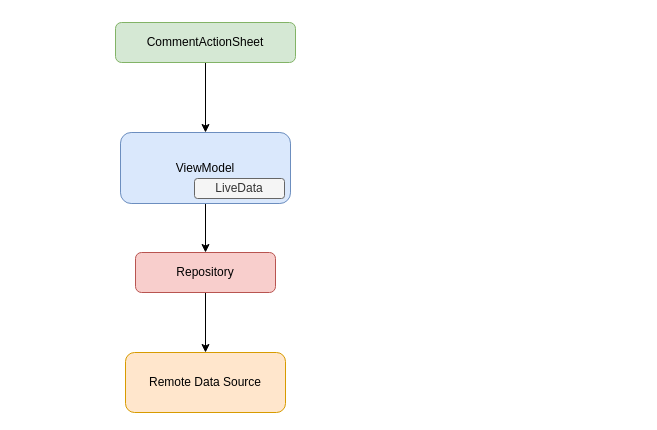
The draw.io diagram madcat.drawio in xiaopengs/Brainstorming, before the edit. Source tidied: cells renumbered, new cells numbered last; positions are measured from the earlier drawing's top-left corner, leaving out a move shared by most shapes. Both pictures are drawn from the tidied source at 100%, with x=0, y=0 at pixel (115, 22).
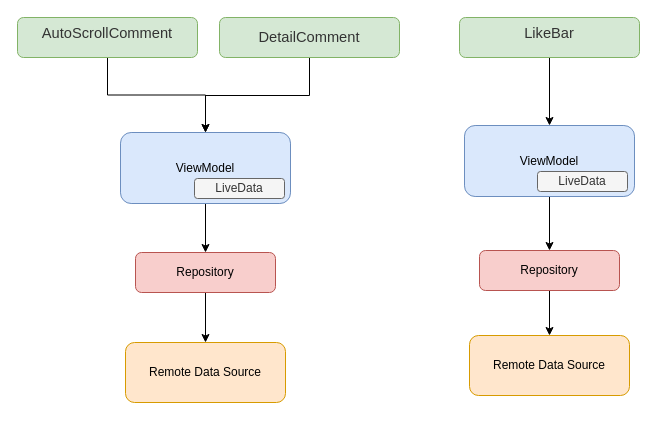
Above is the later version.

Unchanged cells that the change refers to:
```xml
<mxCell id="6" value="&lt;span&gt;ViewModel&lt;/span&gt;" style="rounded=1;whiteSpace=wrap;html=1;fillColor=#dae8fc;strokeColor=#6c8ebf;" parent="1" vertex="1">
  <mxGeometry x="5" y="110" width="170" height="71" as="geometry" />
</mxCell>
```

What changed in the source:
```diff
@@
     <mxCell id="2" value="&lt;span&gt;Remote Data Source&lt;/span&gt;" style="rounded=1;whiteSpace=wrap;html=1;fillColor=#ffe6cc;strokeColor=#d79b00;" parent="1" vertex="1">
-      <mxGeometry x="10" y="330" width="160" height="60" as="geometry" />
+      <mxGeometry x="10" y="320" width="160" height="60" as="geometry" />
     </mxCell>
@@
-    <mxCell id="9" value="CommentActionSheet" style="rounded=1;whiteSpace=wrap;html=1;fillColor=#d5e8d4;strokeColor=#82b366;" parent="1" vertex="1">
-      <mxGeometry width="180" height="40" as="geometry" />
+    <mxCell id="9" value="&lt;div&gt;&lt;div class=&quot;document&quot;&gt;&lt;p class=&quot;paragraph text-align-type-left pap-line-1 pap-line-rule-auto pap-spacing-before-0pt pap-spacing-after-6pt pap-left-indent-4em pap-hanging-indent-3.2em&quot; style=&quot;text-align: left ; line-height: 100% ; margin-top: 0px ; margin-bottom: 8px&quot;&gt;&lt;span style=&quot;font-size: 11pt ; font-family: , &amp;#34;helvetica neue&amp;#34; , &amp;#34;helvetica&amp;#34; , &amp;#34;pingfang sc&amp;#34; , &amp;#34;microsoft yahei&amp;#34; , &amp;#34;source han sans sc&amp;#34; , &amp;#34;noto sans cjk sc&amp;#34; , &amp;#34;wenquanyi micro hei&amp;#34; , sans-serif ; color: rgb(51 , 51 , 51) ; background: transparent ; letter-spacing: 0pt ; vertical-align: baseline&quot;&gt;AutoScrollComment&lt;/span&gt;&lt;/p&gt;&lt;/div&gt;&lt;/div&gt;" style="rounded=1;whiteSpace=wrap;html=1;fillColor=#d5e8d4;strokeColor=#82b366;" parent="1" vertex="1">
+      <mxGeometry x="-98" y="-5" width="180" height="40" as="geometry" />
     </mxCell>
+    <mxCell id="10" value="&lt;span&gt;Remote Data Source&lt;/span&gt;" style="rounded=1;whiteSpace=wrap;html=1;fillColor=#ffe6cc;strokeColor=#d79b00;" parent="1" vertex="1">
+      <mxGeometry x="354" y="313" width="160" height="60" as="geometry" />
+    </mxCell>
+    <mxCell id="11" style="edgeStyle=orthogonalEdgeStyle;rounded=0;jettySize=auto;html=1;exitX=0.5;exitY=1;exitDx=0;exitDy=0;" parent="1" edge="1" source="12" target="10">
+      <mxGeometry relative="1" as="geometry" />
+    </mxCell>
+    <mxCell id="12" value="Repository" style="rounded=1;whiteSpace=wrap;html=1;fillColor=#f8cecc;strokeColor=#b85450;" parent="1" vertex="1">
+      <mxGeometry x="364" y="228" width="140" height="40" as="geometry" />
+    </mxCell>
+    <mxCell id="13" style="edgeStyle=orthogonalEdgeStyle;rounded=0;jettySize=auto;html=1;exitX=0.5;exitY=1;exitDx=0;exitDy=0;" parent="1" edge="1" source="14" target="12">
+      <mxGeometry relative="1" as="geometry" />
+    </mxCell>
+    <mxCell id="14" value="&lt;span&gt;ViewModel&lt;/span&gt;" style="rounded=1;whiteSpace=wrap;html=1;fillColor=#dae8fc;strokeColor=#6c8ebf;" parent="1" vertex="1">
+      <mxGeometry x="349" y="103" width="170" height="71" as="geometry" />
+    </mxCell>
+    <mxCell id="15" value="LiveData" style="rounded=1;whiteSpace=wrap;html=1;fillColor=#f5f5f5;strokeColor=#666666;fontColor=#333333;" parent="1" vertex="1">
+      <mxGeometry x="422" y="149" width="90" height="20" as="geometry" />
+    </mxCell>
+    <mxCell id="16" style="edgeStyle=orthogonalEdgeStyle;rounded=0;jettySize=auto;html=1;" parent="1" edge="1" source="17" target="14">
+      <mxGeometry relative="1" as="geometry" />
+    </mxCell>
+    <mxCell id="17" value="&lt;div&gt;&lt;div class=&quot;document&quot;&gt;&lt;p class=&quot;paragraph text-align-type-left pap-line-1 pap-line-rule-auto pap-spacing-before-0pt pap-spacing-after-6pt pap-left-indent-4em pap-hanging-indent-3.2em&quot; style=&quot;text-align: left ; line-height: 100% ; margin-top: 0px ; margin-bottom: 8px&quot;&gt;&lt;span style=&quot;font-size: 11pt ; font-family: , &amp;#34;helvetica neue&amp;#34; , &amp;#34;helvetica&amp;#34; , &amp;#34;pingfang sc&amp;#34; , &amp;#34;microsoft yahei&amp;#34; , &amp;#34;source han sans sc&amp;#34; , &amp;#34;noto sans cjk sc&amp;#34; , &amp;#34;wenquanyi micro hei&amp;#34; , sans-serif ; color: rgb(51 , 51 , 51) ; background: transparent ; letter-spacing: 0pt ; vertical-align: baseline&quot;&gt;LikeBar&lt;/span&gt;&lt;/p&gt;&lt;/div&gt;&lt;/div&gt;" style="rounded=1;whiteSpace=wrap;html=1;fillColor=#d5e8d4;strokeColor=#82b366;" parent="1" vertex="1">
+      <mxGeometry x="344" y="-5" width="180" height="40" as="geometry" />
+    </mxCell>
+    <mxCell id="18" style="edgeStyle=orthogonalEdgeStyle;rounded=0;jettySize=auto;html=1;entryX=0.5;entryY=0;entryDx=0;entryDy=0;" parent="1" edge="1" source="19" target="6">
+      <mxGeometry relative="1" as="geometry">
+        <Array as="points">
+          <mxPoint x="194" y="73" />
+          <mxPoint x="90" y="73" />
+        </Array>
+      </mxGeometry>
+    </mxCell>
+    <mxCell id="19" value="&lt;div class=&quot;document&quot;&gt;&lt;p class=&quot;paragraph text-align-type-left pap-line-1 pap-line-rule-auto pap-spacing-before-0pt pap-spacing-after-6pt pap-left-indent-4em pap-hanging-indent-3.2em&quot; style=&quot;text-align: left ; line-height: 100% ; margin-top: 0px ; margin-bottom: 8px&quot;&gt;&lt;/p&gt;&lt;div&gt;&lt;div class=&quot;document&quot;&gt;&lt;p class=&quot;paragraph text-align-type-left pap-line-1 pap-line-rule-auto pap-spacing-before-0pt pap-spacing-after-6pt pap-left-indent-4em pap-hanging-indent-3.2em&quot; style=&quot;text-align: left ; line-height: 100% ; margin-top: 0px ; margin-bottom: 8px&quot;&gt;&lt;span style=&quot;font-size: 11pt ; font-family: , &amp;#34;helvetica neue&amp;#34; , &amp;#34;helvetica&amp;#34; , &amp;#34;pingfang sc&amp;#34; , &amp;#34;microsoft yahei&amp;#34; , &amp;#34;source han sans sc&amp;#34; , &amp;#34;noto sans cjk sc&amp;#34; , &amp;#34;wenquanyi micro hei&amp;#34; , sans-serif ; color: rgb(51 , 51 , 51) ; background: transparent ; letter-spacing: 0pt ; vertical-align: baseline&quot;&gt;DetailComment&lt;/span&gt;&lt;/p&gt;&lt;/div&gt;&lt;/div&gt;&lt;/div&gt;" style="rounded=1;whiteSpace=wrap;html=1;fillColor=#d5e8d4;strokeColor=#82b366;" parent="1" vertex="1">
+      <mxGeometry x="104" y="-5" width="180" height="40" as="geometry" />
+    </mxCell>
```
